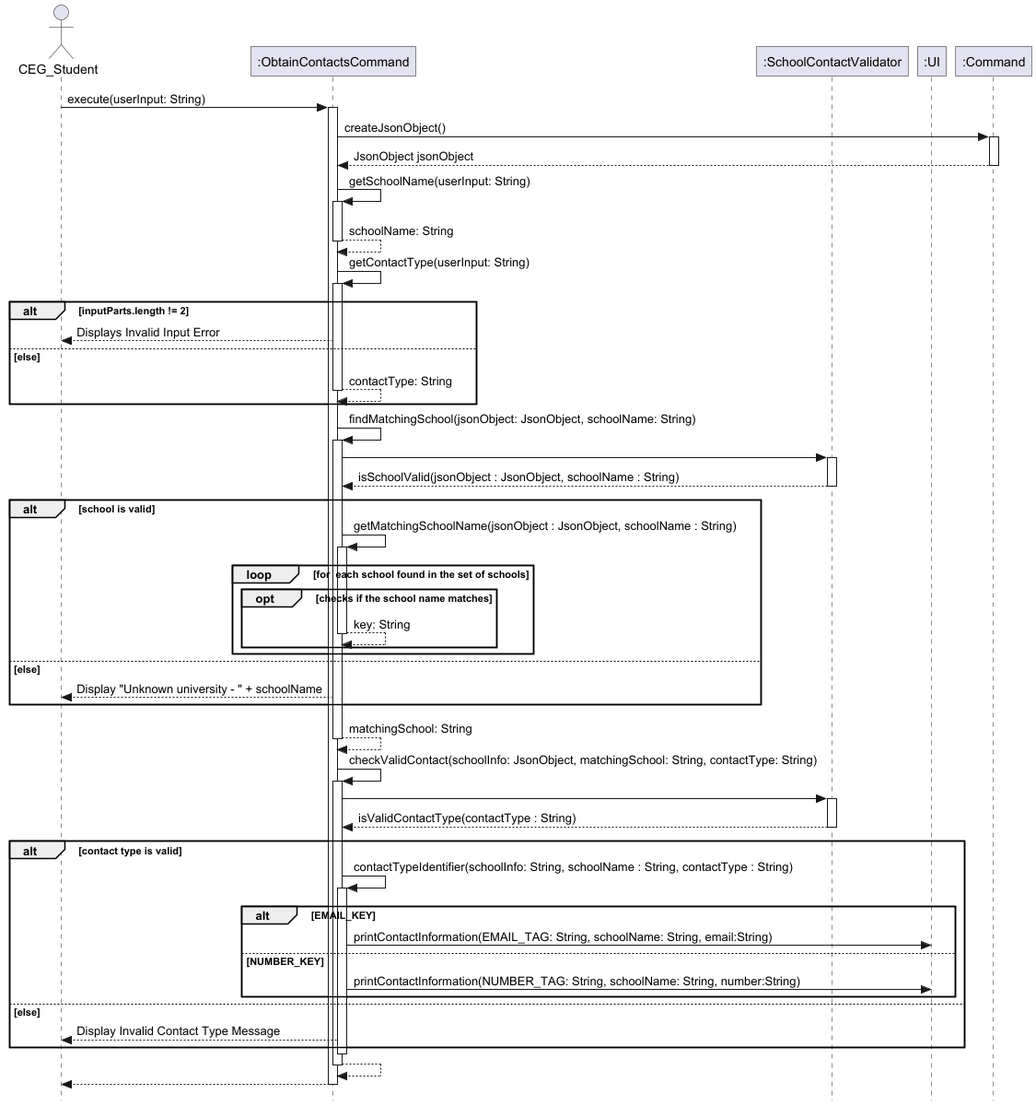
This is docs/images/ObtainContactsCommand.png from nus-cs2113-AY2425S1/tp, a PlantUML export, as it was before one commit. The source it was exported from:
```plantuml
@startuml

!include .SequenceDiagram.config
hide footbox

actor CEG_Student
participant ":ObtainContactsCommand" as ObtainContactsCommand
participant ":SchoolContactValidator" as SchoolContactValidator

participant ":UI" as UI
participant ":Command" as Command

CEG_Student -> ObtainContactsCommand: execute(userInput: String)
activate ObtainContactsCommand

ObtainContactsCommand -> Command: createJsonObject()
activate Command

Command --> ObtainContactsCommand: JsonObject jsonObject
deactivate Command

ObtainContactsCommand -> ObtainContactsCommand: getSchoolName(userInput: String)
activate ObtainContactsCommand
return schoolName: String

ObtainContactsCommand -> ObtainContactsCommand: getContactType(userInput: String)
activate ObtainContactsCommand

alt inputParts.length != 2
    ObtainContactsCommand --> CEG_Student: Displays Invalid Input Error
else else
    return contactType: String
end

ObtainContactsCommand -> ObtainContactsCommand: findMatchingSchool(jsonObject: JsonObject, schoolName: String)
activate ObtainContactsCommand

ObtainContactsCommand -> SchoolContactValidator
activate SchoolContactValidator
SchoolContactValidator --> ObtainContactsCommand: isSchoolValid(jsonObject : JsonObject, schoolName : String)
deactivate SchoolContactValidator

alt school is valid
    ObtainContactsCommand -> ObtainContactsCommand: getMatchingSchoolName(jsonObject : JsonObject, schoolName : String)
    activate ObtainContactsCommand
    loop for  each school found in the set of schools
        opt checks if the school name matches
            return key: String
        end
    end
else else
        ObtainContactsCommand --> CEG_Student: Display "Unknown university - " + schoolName
end
ObtainContactsCommand --> ObtainContactsCommand: matchingSchool: String

deactivate ObtainContactsCommand

ObtainContactsCommand -> ObtainContactsCommand: checkValidContact(schoolInfo: JsonObject, matchingSchool: String, contactType: String)
activate ObtainContactsCommand

ObtainContactsCommand -> SchoolContactValidator
activate SchoolContactValidator
SchoolContactValidator --> ObtainContactsCommand: isValidContactType(contactType : String)
deactivate SchoolContactValidator

alt contact type is valid
    ObtainContactsCommand -> ObtainContactsCommand: contactTypeIdentifier(schoolInfo: String, schoolName : String, contactType : String)
    activate ObtainContactsCommand

    alt EMAIL_KEY
        ObtainContactsCommand -> UI: printContactInformation(EMAIL_TAG: String, schoolName: String, email:String)
    else NUMBER_KEY
        ObtainContactsCommand -> UI: printContactInformation(NUMBER_TAG: String, schoolName: String, number:String)
    end
else else
    ObtainContactsCommand --> CEG_Student: Display Invalid Contact Type Message
end

deactivate ObtainContactsCommand
ObtainContactsCommand --> ObtainContactsCommand
deactivate ObtainContactsCommand

ObtainContactsCommand --> CEG_Student

deactivate ObtainContactsCommand

@enduml
```
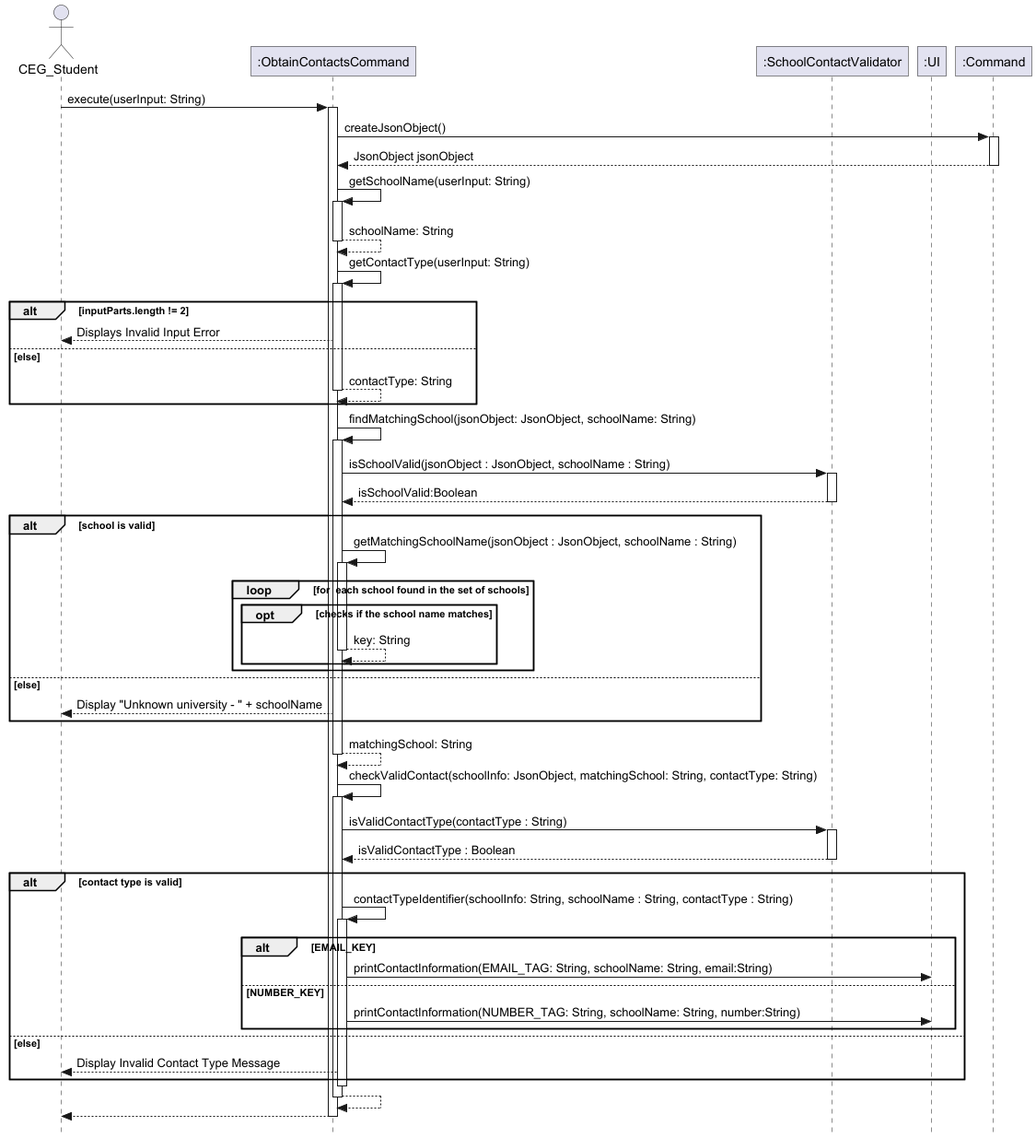
After the change.

Commit message:
Update the DG with new obtain diagram rectifications

Diff of the diagram source:
```diff
@@ -35,9 +35,9 @@
 ObtainContactsCommand -> ObtainContactsCommand: findMatchingSchool(jsonObject: JsonObject, schoolName: String)
 activate ObtainContactsCommand
 
-ObtainContactsCommand -> SchoolContactValidator
+ObtainContactsCommand -> SchoolContactValidator: isSchoolValid(jsonObject : JsonObject, schoolName : String)
 activate SchoolContactValidator
-SchoolContactValidator --> ObtainContactsCommand: isSchoolValid(jsonObject : JsonObject, schoolName : String)
+SchoolContactValidator --> ObtainContactsCommand: isSchoolValid:Boolean
 deactivate SchoolContactValidator
 
 alt school is valid
@@ -58,9 +58,9 @@
 ObtainContactsCommand -> ObtainContactsCommand: checkValidContact(schoolInfo: JsonObject, matchingSchool: String, contactType: String)
 activate ObtainContactsCommand
 
-ObtainContactsCommand -> SchoolContactValidator
+ObtainContactsCommand -> SchoolContactValidator: isValidContactType(contactType : String)
 activate SchoolContactValidator
-SchoolContactValidator --> ObtainContactsCommand: isValidContactType(contactType : String)
+SchoolContactValidator --> ObtainContactsCommand: isValidContactType : Boolean
 deactivate SchoolContactValidator
 
 alt contact type is valid
```
